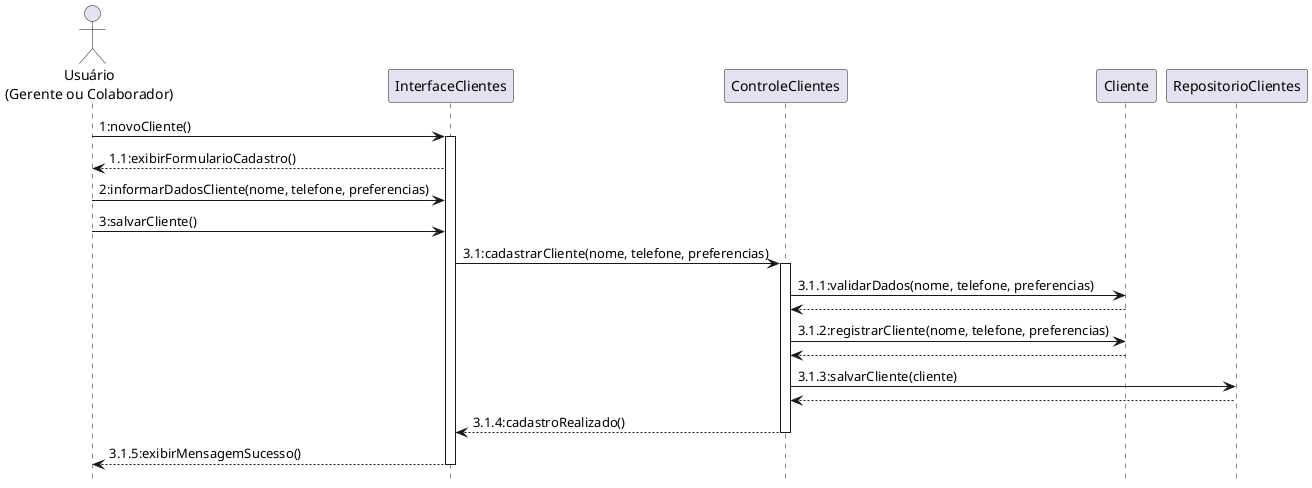
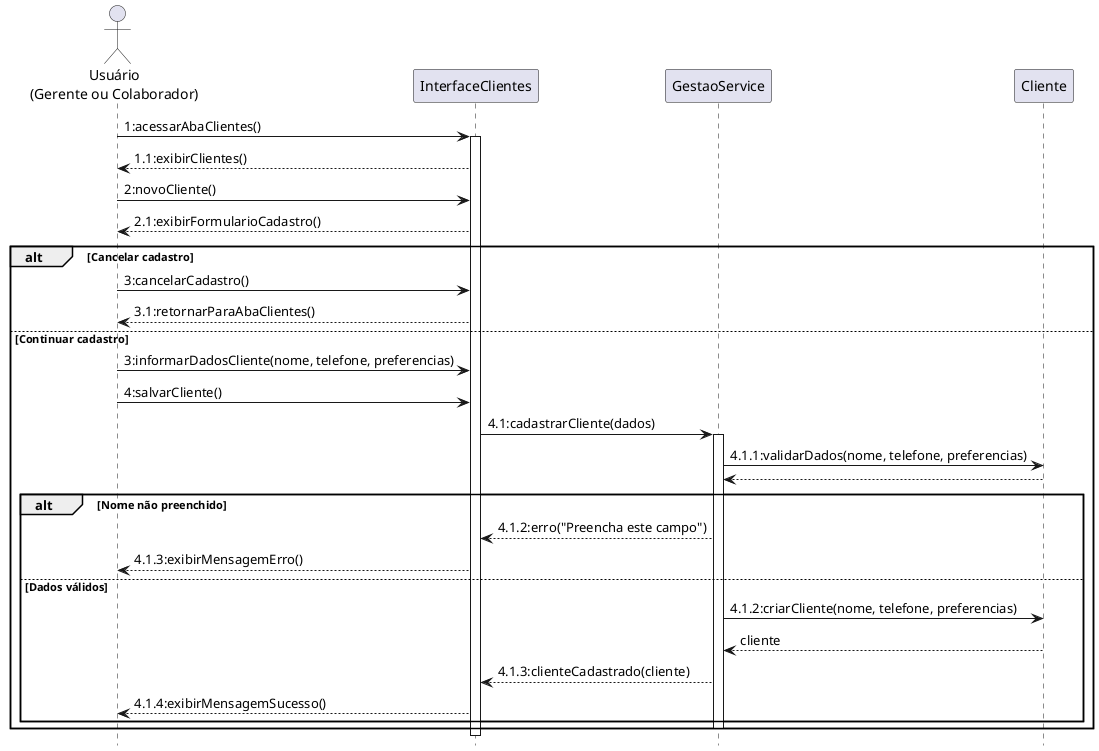
@startuml
hide footbox

actor "Usuário\n(Gerente ou Colaborador)" as usuario

- usuario -> InterfaceClientes: 1:novoCliente()
+ usuario -> InterfaceClientes: 1:acessarAbaClientes()
activate InterfaceClientes

- InterfaceClientes --> usuario: 1.1:exibirFormularioCadastro()
+ InterfaceClientes --> usuario: 1.1:exibirClientes()

- usuario -> InterfaceClientes: 2:informarDadosCliente(nome, telefone, preferencias)
- usuario -> InterfaceClientes: 3:salvarCliente()
+ usuario -> InterfaceClientes: 2:novoCliente()
+ InterfaceClientes --> usuario: 2.1:exibirFormularioCadastro()

- InterfaceClientes -> ControleClientes: 3.1:cadastrarCliente(nome, telefone, preferencias)
- activate ControleClientes
+ alt Cancelar cadastro
+     usuario -> InterfaceClientes: 3:cancelarCadastro()
+     InterfaceClientes --> usuario: 3.1:retornarParaAbaClientes()

- ControleClientes -> Cliente: 3.1.1:validarDados(nome, telefone, preferencias)
- Cliente --> ControleClientes
+ else Continuar cadastro
+     usuario -> InterfaceClientes: 3:informarDadosCliente(nome, telefone, preferencias)
+     usuario -> InterfaceClientes: 4:salvarCliente()

- ControleClientes -> Cliente: 3.1.2:registrarCliente(nome, telefone, preferencias)
- Cliente --> ControleClientes
+     InterfaceClientes -> GestaoService: 4.1:cadastrarCliente(dados)
+     activate GestaoService

- ControleClientes -> RepositorioClientes: 3.1.3:salvarCliente(cliente)
- RepositorioClientes --> ControleClientes
+     GestaoService -> Cliente: 4.1.1:validarDados(nome, telefone, preferencias)
+     Cliente --> GestaoService

- ControleClientes --> InterfaceClientes: 3.1.4:cadastroRealizado()
- deactivate ControleClientes
+     alt Nome não preenchido
+         GestaoService --> InterfaceClientes: 4.1.2:erro("Preencha este campo")
+         InterfaceClientes --> usuario: 4.1.3:exibirMensagemErro()

- InterfaceClientes --> usuario: 3.1.5:exibirMensagemSucesso()
+     else Dados válidos
+         GestaoService -> Cliente: 4.1.2:criarCliente(nome, telefone, preferencias)
+         Cliente --> GestaoService: cliente
+ 
+         GestaoService --> InterfaceClientes: 4.1.3:clienteCadastrado(cliente)
+         InterfaceClientes --> usuario: 4.1.4:exibirMensagemSucesso()
+     end
+ 
+     deactivate GestaoService
+ end
+ 
deactivate InterfaceClientes

@enduml